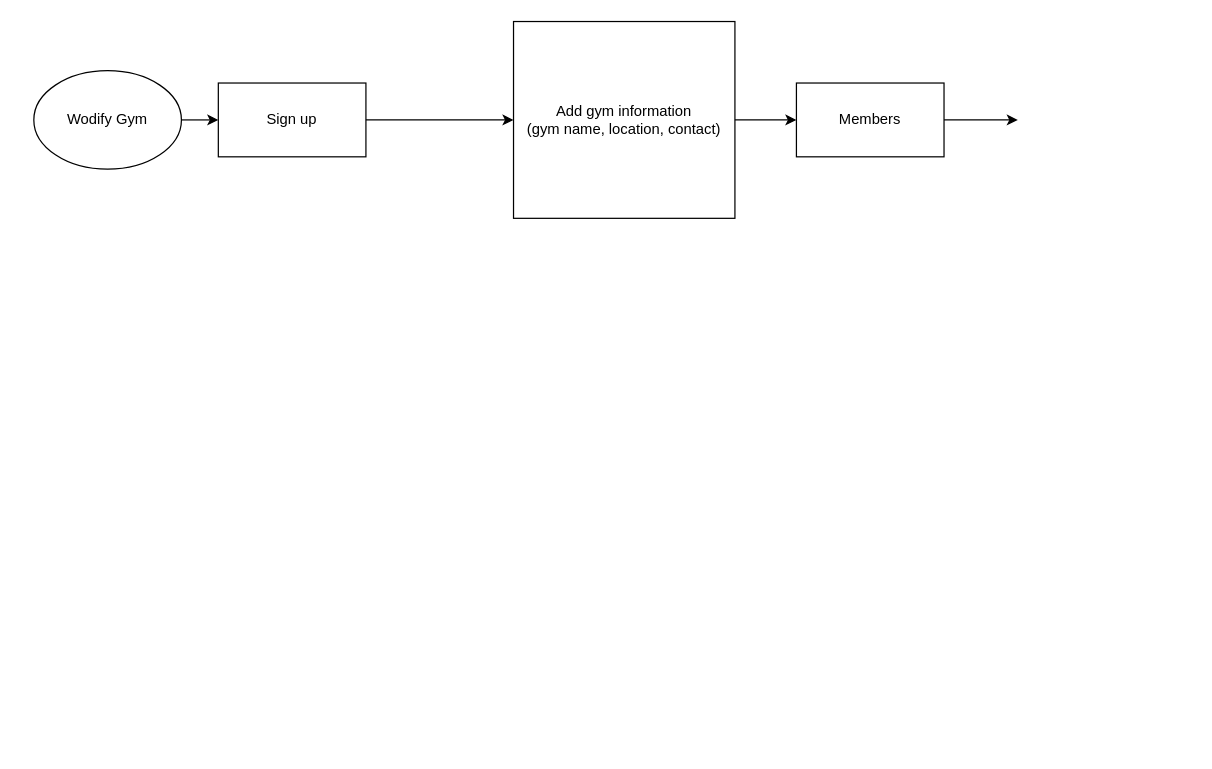
Above: practice_wodify.drawio in samuelroiz/WorkFlows_storage (draw.io), before the change. Source tidied: cells renumbered, new cells numbered last; positions are measured from the earlier drawing's top-left corner, leaving out a move shared by most shapes. Both pictures are drawn from the tidied source at 123%, with x=0, y=0 at pixel (33, 21).
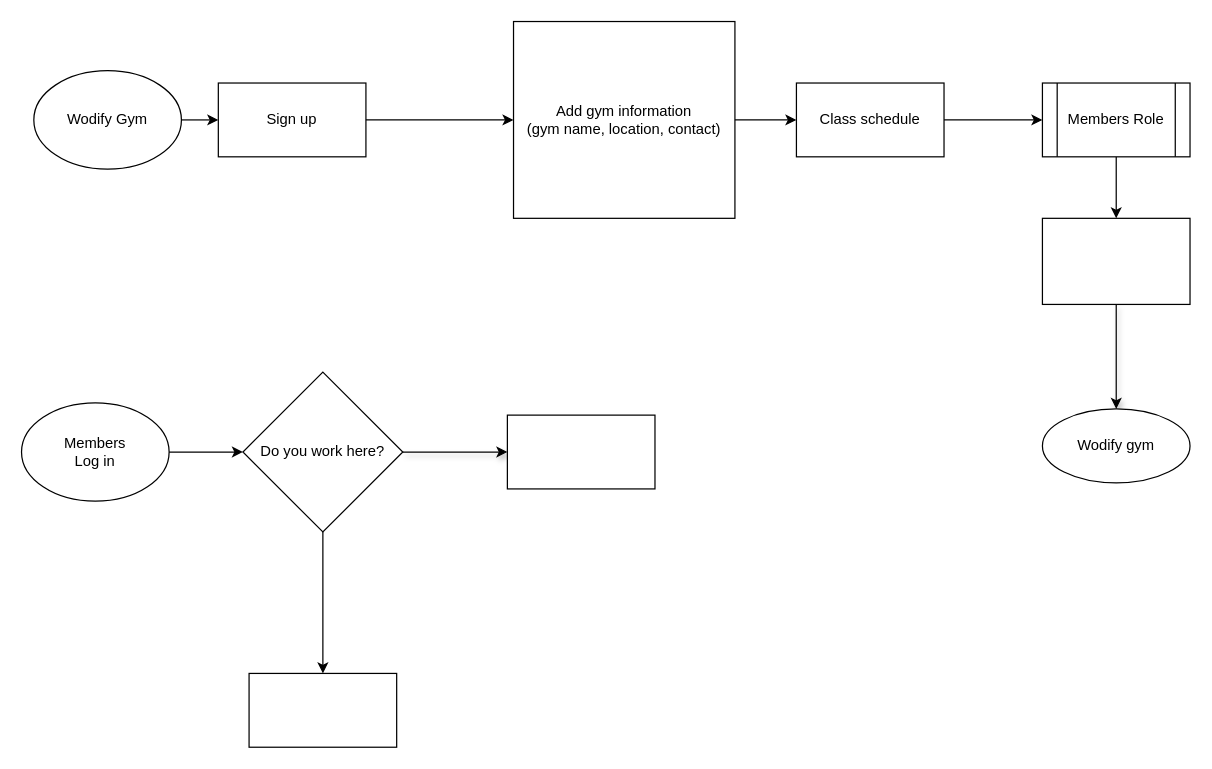
The same diagram, later.

The change refers to these unchanged cells:
```xml
<mxCell id="4" value="Add gym information&lt;br&gt;(gym name, location, contact)" style="rounded=0;whiteSpace=wrap;html=1;" parent="1" vertex="1">
  <mxGeometry x="390" width="180" height="160" as="geometry" />
</mxCell>
```

Diff of the diagram source:
```diff
@@
-    <mxCell id="5" style="endArrow=classic;html=1;rounded=0;exitX=1;exitY=0.5;exitDx=0;exitDy=0;" parent="1" edge="1" source="4" target="6">
+    <mxCell id="5" style="endArrow=classic;html=1;rounded=0;exitX=1;exitY=0.5;exitDx=0;exitDy=0;entryX=0;entryY=0.5;entryDx=0;entryDy=0;" parent="1" edge="1" source="4" target="17">
       <mxGeometry relative="1" as="geometry" />
     </mxCell>
-    <mxCell id="6" value="Members" style="rounded=0;whiteSpace=wrap;html=1;" parent="1" vertex="1">
-      <mxGeometry x="620" y="50" width="120" height="60" as="geometry" />
-    </mxCell>
-    <mxCell id="7" style="endArrow=classic;html=1;rounded=0;exitX=1;exitY=0.5;exitDx=0;exitDy=0;entryX=0;entryY=0.5;entryDx=0;entryDy=0;" parent="1" edge="1" source="6">
-      <mxGeometry relative="1" as="geometry">
-        <mxPoint x="800" y="80" as="targetPoint" />
-      </mxGeometry>
-    </mxCell>
@@
+    <mxCell id="10" value="Members&lt;br&gt;Log in" style="ellipse;whiteSpace=wrap;html=1;" parent="1" vertex="1">
+      <mxGeometry x="-10" y="310" width="120" height="80" as="geometry" />
+    </mxCell>
+    <mxCell id="11" style="endArrow=classic;html=1;rounded=0;exitX=1;exitY=0.5;exitDx=0;exitDy=0;entryX=0;entryY=0.5;entryDx=0;entryDy=0;" parent="1" edge="1" source="10" target="14">
+      <mxGeometry relative="1" as="geometry" />
+    </mxCell>
+    <mxCell id="12" style="edgeStyle=orthogonalEdgeStyle;rounded=0;jettySize=auto;html=1;shadow=1;" parent="1" edge="1" source="14" target="15">
+      <mxGeometry relative="1" as="geometry" />
+    </mxCell>
+    <mxCell id="13" style="edgeStyle=orthogonalEdgeStyle;rounded=0;jettySize=auto;html=1;" parent="1" edge="1" source="14" target="16">
+      <mxGeometry relative="1" as="geometry" />
+    </mxCell>
+    <mxCell id="14" value="Do you work here?" style="rhombus;whiteSpace=wrap;html=1;" parent="1" vertex="1">
+      <mxGeometry x="170" y="285" width="130" height="130" as="geometry" />
+    </mxCell>
+    <mxCell id="15" style="whiteSpace=wrap;html=1;" parent="1" vertex="1">
+      <mxGeometry x="385" y="320" width="120" height="60" as="geometry" />
+    </mxCell>
+    <mxCell id="16" style="whiteSpace=wrap;html=1;" parent="1" vertex="1">
+      <mxGeometry x="175" y="530" width="120" height="60" as="geometry" />
+    </mxCell>
+    <mxCell id="17" value="Class schedule" style="whiteSpace=wrap;html=1;" parent="1" vertex="1">
+      <mxGeometry x="620" y="50" width="120" height="60" as="geometry" />
+    </mxCell>
+    <mxCell id="18" style="edgeStyle=orthogonalEdgeStyle;rounded=0;jettySize=auto;html=1;" parent="1" edge="1" source="19" target="22">
+      <mxGeometry relative="1" as="geometry" />
+    </mxCell>
+    <mxCell id="19" value="Members Role" style="shape=process;whiteSpace=wrap;html=1;backgroundOutline=1;" parent="1" vertex="1">
+      <mxGeometry x="820" y="50" width="120" height="60" as="geometry" />
+    </mxCell>
+    <mxCell id="20" style="endArrow=classic;html=1;rounded=0;exitX=1;exitY=0.5;exitDx=0;exitDy=0;entryX=0;entryY=0.5;entryDx=0;entryDy=0;" parent="1" edge="1" source="17" target="19">
+      <mxGeometry relative="1" as="geometry" />
+    </mxCell>
+    <mxCell id="21" style="edgeStyle=orthogonalEdgeStyle;rounded=0;jettySize=auto;html=1;shadow=1;" parent="1" edge="1" source="22" target="23">
+      <mxGeometry relative="1" as="geometry" />
+    </mxCell>
+    <mxCell id="22" style="whiteSpace=wrap;html=1;" parent="1" vertex="1">
+      <mxGeometry x="820" y="160" width="120" height="70" as="geometry" />
+    </mxCell>
+    <mxCell id="23" value="Wodify gym" style="ellipse;whiteSpace=wrap;html=1;" parent="1" vertex="1">
+      <mxGeometry x="820" y="315" width="120" height="60" as="geometry" />
+    </mxCell>
```
